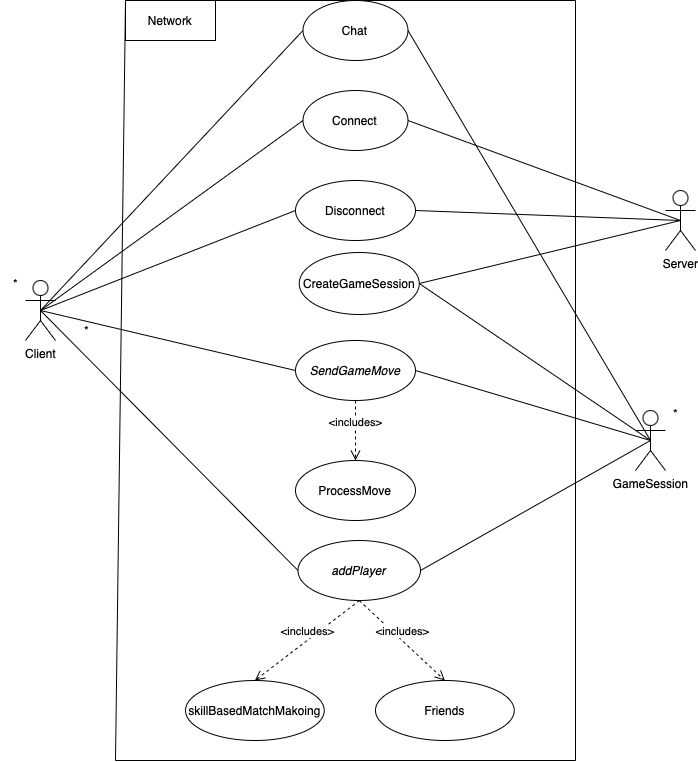
Above: docs/diagrams/NetworkingUseCaseDiagram.png in marinara782/OMG-Multiplayer-Project (draw.io), before the change. Source tidied: cells renumbered, new cells last; positions are measured from the earlier drawing's top-left corner, leaving out a move shared by most shapes.
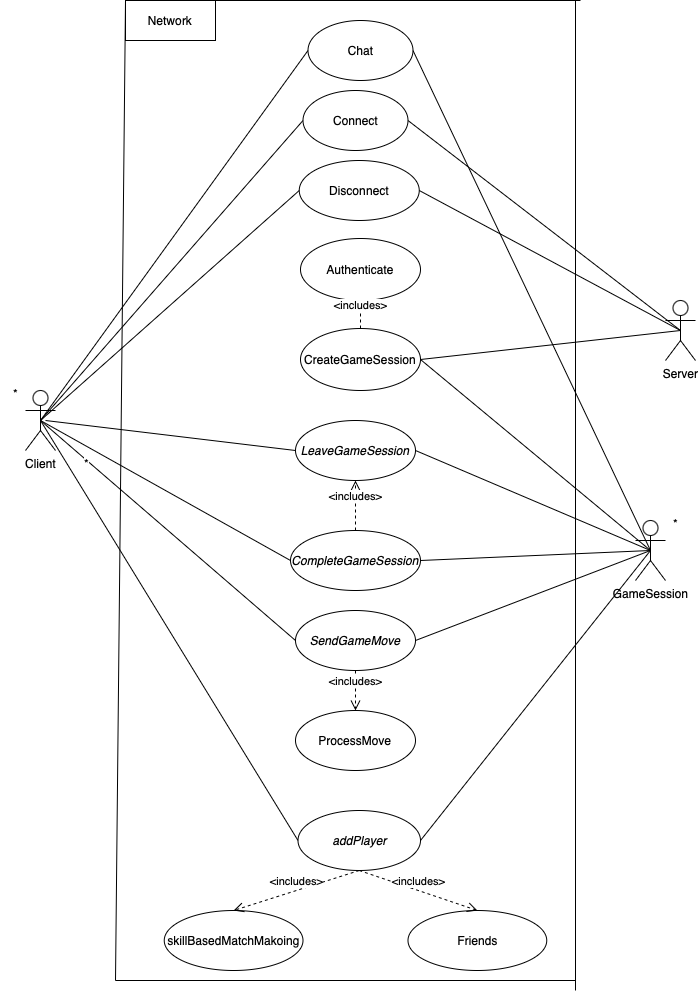
Later version of the same file.

Commit message:
networking usecase diagram updated

The edit, as a diff of the source:
```diff
@@ -12,10 +12,10 @@
       <mxGeometry x="635" y="410" width="30" height="60" as="geometry" />
     </mxCell>
     <mxCell id="5" value="Connect" style="ellipse;whiteSpace=wrap;html=1;" parent="1" vertex="1">
-      <mxGeometry x="302.5" y="90" width="105" height="60" as="geometry" />
+      <mxGeometry x="302.5" y="-20" width="105" height="60" as="geometry" />
     </mxCell>
     <mxCell id="6" value="Disconnect" style="ellipse;whiteSpace=wrap;html=1;" parent="1" vertex="1">
-      <mxGeometry x="295" y="180" width="120" height="60" as="geometry" />
+      <mxGeometry x="298.8" y="50" width="120" height="60" as="geometry" />
     </mxCell>
     <mxCell id="7" style="endArrow=none;html=1;rounded=0;exitX=0.5;exitY=0.5;exitDx=0;exitDy=0;exitPerimeter=0;entryX=0;entryY=0.5;entryDx=0;entryDy=0;" parent="1" edge="1" source="2" target="5">
       <mxGeometry relative="1" as="geometry" />
@@ -30,7 +30,7 @@
       <mxGeometry relative="1" as="geometry" />
     </mxCell>
     <mxCell id="11" value="&lt;i&gt;SendGameMove&lt;/i&gt;" style="ellipse;whiteSpace=wrap;html=1;" parent="1" vertex="1">
-      <mxGeometry x="295" y="340" width="120" height="60" as="geometry" />
+      <mxGeometry x="295" y="500" width="120" height="60" as="geometry" />
     </mxCell>
     <mxCell id="12" style="endArrow=none;html=1;rounded=0;exitX=0.5;exitY=0.5;exitDx=0;exitDy=0;exitPerimeter=0;entryX=0;entryY=0.5;entryDx=0;entryDy=0;" parent="1" edge="1" source="2" target="11">
       <mxGeometry relative="1" as="geometry" />
@@ -44,7 +44,7 @@
       <mxGeometry relative="1" as="geometry" />
     </mxCell>
     <mxCell id="15" value="CreateGameSession" style="ellipse;whiteSpace=wrap;html=1;" parent="1" vertex="1">
-      <mxGeometry x="298.8" y="252" width="120" height="62" as="geometry" />
+      <mxGeometry x="300" y="218" width="120" height="62" as="geometry" />
     </mxCell>
     <mxCell id="16" style="endArrow=none;html=1;rounded=0;entryX=0.5;entryY=0.5;entryDx=0;entryDy=0;entryPerimeter=0;exitX=1;exitY=0.5;exitDx=0;exitDy=0;" parent="1" edge="1" source="15" target="3">
       <mxGeometry relative="1" as="geometry" />
@@ -59,7 +59,7 @@
       <mxGeometry x="660" y="398" width="30" height="30" as="geometry" />
     </mxCell>
     <mxCell id="20" value="&lt;i&gt;addPlayer&lt;/i&gt;" style="ellipse;whiteSpace=wrap;html=1;" parent="1" vertex="1">
-      <mxGeometry x="297.5" y="540" width="122.5" height="60" as="geometry" />
+      <mxGeometry x="297.5" y="700" width="122.5" height="60" as="geometry" />
     </mxCell>
     <mxCell id="21" style="endArrow=none;html=1;rounded=0;entryX=0.5;entryY=0.5;entryDx=0;entryDy=0;entryPerimeter=0;exitX=1;exitY=0.5;exitDx=0;exitDy=0;" parent="1" edge="1" source="20" target="4">
       <mxGeometry relative="1" as="geometry" />
@@ -68,54 +68,52 @@
       <mxGeometry relative="1" as="geometry" />
     </mxCell>
     <mxCell id="23" value="skillBasedMatchMakoing" style="ellipse;whiteSpace=wrap;html=1;" parent="1" vertex="1">
-      <mxGeometry x="185" y="680" width="138.8" height="60" as="geometry" />
+      <mxGeometry x="163.8" y="800" width="138.8" height="60" as="geometry" />
     </mxCell>
     <mxCell id="24" value="ProcessMove" style="ellipse;whiteSpace=wrap;html=1;" parent="1" vertex="1">
-      <mxGeometry x="295" y="460" width="120" height="60" as="geometry" />
+      <mxGeometry x="295" y="600" width="120" height="60" as="geometry" />
     </mxCell>
     <mxCell id="25" value="&amp;lt;includes&amp;gt;" style="html=1;verticalAlign=bottom;endArrow=open;dashed=1;endSize=8;curved=0;rounded=0;exitX=0.5;exitY=1;exitDx=0;exitDy=0;entryX=0.5;entryY=0;entryDx=0;entryDy=0;" parent="1" edge="1" source="11" target="24">
       <mxGeometry relative="1" as="geometry" />
     </mxCell>
     <mxCell id="26" style="endArrow=none;html=1;rounded=0;" parent="1" edge="1">
       <mxGeometry relative="1" as="geometry">
-        <mxPoint x="115" y="760" as="sourcePoint" />
-        <mxPoint x="125" as="targetPoint" />
+        <mxPoint x="115" y="870" as="sourcePoint" />
+        <mxPoint x="125" y="-110" as="targetPoint" />
       </mxGeometry>
     </mxCell>
     <mxCell id="27" style="endArrow=none;html=1;rounded=0;" parent="1" edge="1">
       <mxGeometry relative="1" as="geometry">
-        <mxPoint x="125" as="sourcePoint" />
-        <mxPoint x="575" as="targetPoint" />
+        <mxPoint x="125" y="-110" as="sourcePoint" />
+        <mxPoint x="580" y="-110" as="targetPoint" />
       </mxGeometry>
     </mxCell>
     <mxCell id="28" style="endArrow=none;html=1;rounded=0;" parent="1" edge="1">
       <mxGeometry relative="1" as="geometry">
-        <mxPoint x="115" y="760" as="sourcePoint" />
-        <mxPoint x="575" y="760" as="targetPoint" />
+        <mxPoint x="115" y="870" as="sourcePoint" />
+        <mxPoint x="575" y="870" as="targetPoint" />
       </mxGeometry>
     </mxCell>
     <mxCell id="29" style="endArrow=none;html=1;rounded=0;" parent="1" edge="1">
       <mxGeometry relative="1" as="geometry">
-        <mxPoint x="575" y="760" as="sourcePoint" />
-        <mxPoint x="575" as="targetPoint" />
+        <mxPoint x="575" y="880" as="sourcePoint" />
+        <mxPoint x="575" y="-110" as="targetPoint" />
       </mxGeometry>
     </mxCell>
     <mxCell id="30" value="Network" style="rounded=0;whiteSpace=wrap;html=1;" parent="1" vertex="1">
-      <mxGeometry x="125" width="90" height="40" as="geometry" />
+      <mxGeometry x="125" y="-110" width="90" height="40" as="geometry" />
     </mxCell>
-    <mxCell id="31" value="&amp;lt;includes&amp;gt;" style="html=1;verticalAlign=bottom;endArrow=open;dashed=1;endSize=8;curved=0;rounded=0;entryX=0.5;entryY=0;entryDx=0;entryDy=0;" parent="1" edge="1" target="23">
-      <mxGeometry relative="1" as="geometry">
-        <mxPoint x="359" y="600" as="sourcePoint" />
-      </mxGeometry>
+    <mxCell id="31" value="&amp;lt;includes&amp;gt;" style="html=1;verticalAlign=bottom;endArrow=open;dashed=1;endSize=8;curved=0;rounded=0;entryX=0.5;entryY=0;entryDx=0;entryDy=0;exitX=0.5;exitY=1;exitDx=0;exitDy=0;" parent="1" edge="1" source="20" target="23">
+      <mxGeometry relative="1" as="geometry" />
     </mxCell>
     <mxCell id="32" value="Friends" style="ellipse;whiteSpace=wrap;html=1;" parent="1" vertex="1">
-      <mxGeometry x="375" y="680" width="138.8" height="60" as="geometry" />
+      <mxGeometry x="407.5" y="800" width="138.8" height="60" as="geometry" />
     </mxCell>
     <mxCell id="33" value="&amp;lt;includes&amp;gt;" style="html=1;verticalAlign=bottom;endArrow=open;dashed=1;endSize=8;curved=0;rounded=0;exitX=0.5;exitY=1;exitDx=0;exitDy=0;entryX=0.5;entryY=0;entryDx=0;entryDy=0;" parent="1" edge="1" source="20" target="32">
       <mxGeometry relative="1" as="geometry" />
     </mxCell>
     <mxCell id="34" value="Chat" style="ellipse;whiteSpace=wrap;html=1;" parent="1" vertex="1">
-      <mxGeometry x="302.5" width="105" height="60" as="geometry" />
+      <mxGeometry x="307.5" y="-90" width="105" height="60" as="geometry" />
     </mxCell>
     <mxCell id="35" style="endArrow=none;html=1;rounded=0;entryX=0;entryY=0.5;entryDx=0;entryDy=0;exitX=0.5;exitY=0.5;exitDx=0;exitDy=0;exitPerimeter=0;" parent="1" edge="1" source="2" target="34">
       <mxGeometry relative="1" as="geometry" />
@@ -123,5 +121,34 @@
     <mxCell id="36" style="endArrow=none;html=1;rounded=0;entryX=1;entryY=0.5;entryDx=0;entryDy=0;exitX=0.5;exitY=0.5;exitDx=0;exitDy=0;exitPerimeter=0;" parent="1" edge="1" source="4" target="34">
       <mxGeometry relative="1" as="geometry" />
     </mxCell>
+    <mxCell id="37" value="&lt;i&gt;LeaveGameSession&lt;/i&gt;" style="ellipse;whiteSpace=wrap;html=1;" parent="1" vertex="1">
+      <mxGeometry x="295" y="310" width="120" height="60" as="geometry" />
+    </mxCell>
+    <mxCell id="38" value="&lt;i&gt;CompleteGameSession&lt;/i&gt;" style="ellipse;whiteSpace=wrap;html=1;" parent="1" vertex="1">
+      <mxGeometry x="290" y="420" width="130" height="60" as="geometry" />
+    </mxCell>
+    <mxCell id="39" style="endArrow=none;html=1;rounded=0;entryX=0;entryY=0.5;entryDx=0;entryDy=0;" parent="1" edge="1" target="37">
+      <mxGeometry relative="1" as="geometry">
+        <mxPoint x="45" y="310" as="sourcePoint" />
+      </mxGeometry>
+    </mxCell>
+    <mxCell id="40" style="endArrow=none;html=1;rounded=0;entryX=1;entryY=0.5;entryDx=0;entryDy=0;exitX=0.5;exitY=0.5;exitDx=0;exitDy=0;exitPerimeter=0;" parent="1" edge="1" source="4" target="37">
+      <mxGeometry relative="1" as="geometry" />
+    </mxCell>
+    <mxCell id="41" style="endArrow=none;html=1;rounded=0;entryX=0.5;entryY=0.5;entryDx=0;entryDy=0;entryPerimeter=0;exitX=1;exitY=0.5;exitDx=0;exitDy=0;" parent="1" edge="1" source="38" target="4">
+      <mxGeometry relative="1" as="geometry" />
+    </mxCell>
+    <mxCell id="42" style="endArrow=none;html=1;rounded=0;entryX=0;entryY=0.5;entryDx=0;entryDy=0;exitX=0.5;exitY=0.5;exitDx=0;exitDy=0;exitPerimeter=0;" parent="1" edge="1" source="2" target="38">
+      <mxGeometry relative="1" as="geometry" />
+    </mxCell>
+    <mxCell id="43" value="Authenticate" style="ellipse;whiteSpace=wrap;html=1;" parent="1" vertex="1">
+      <mxGeometry x="300" y="128" width="120" height="62" as="geometry" />
+    </mxCell>
+    <mxCell id="44" value="&amp;lt;includes&amp;gt;" style="html=1;verticalAlign=bottom;endArrow=open;dashed=1;endSize=8;curved=0;rounded=0;exitX=0.5;exitY=0;exitDx=0;exitDy=0;entryX=0.5;entryY=1;entryDx=0;entryDy=0;" parent="1" edge="1" source="15" target="43">
+      <mxGeometry relative="1" as="geometry" />
+    </mxCell>
+    <mxCell id="45" value="&amp;lt;includes&amp;gt;" style="html=1;verticalAlign=bottom;endArrow=open;dashed=1;endSize=8;curved=0;rounded=0;exitX=0.5;exitY=0;exitDx=0;exitDy=0;entryX=0.5;entryY=1;entryDx=0;entryDy=0;" parent="1" edge="1" source="38" target="37">
+      <mxGeometry relative="1" as="geometry" />
+    </mxCell>
   </root>
 </mxGraphModel>
```
